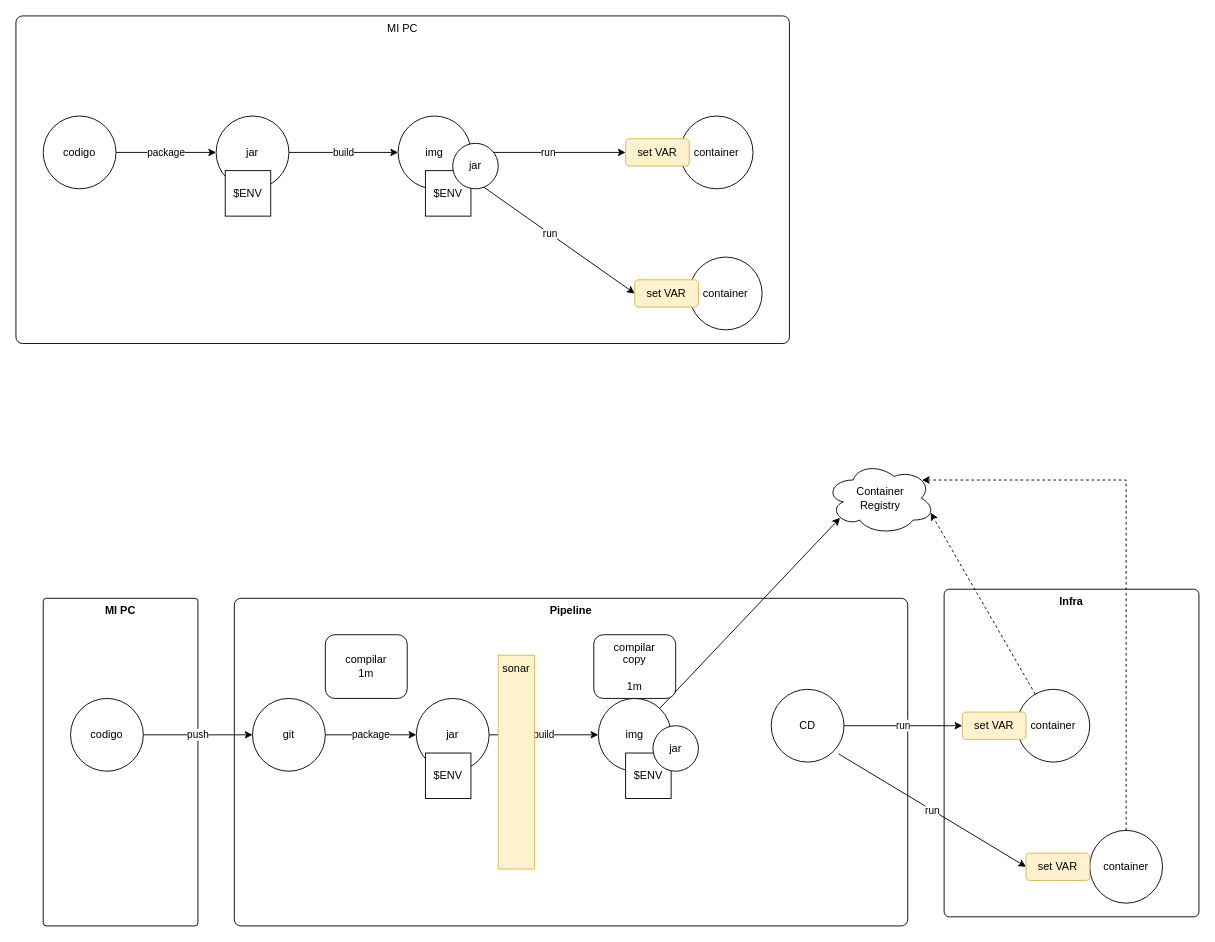
The draw.io diagram page "Page-9" (9 of 23) of doc/curso-marzo.drawio in gmacastil/ms-mz-producto, before the edit. Source tidied: cells renumbered, new cells numbered last; positions are measured from the earlier drawing's top-left corner, leaving out a move shared by most shapes. Both pictures are drawn from the tidied source at 91%, with x=0, y=0 at pixel (15, 15).
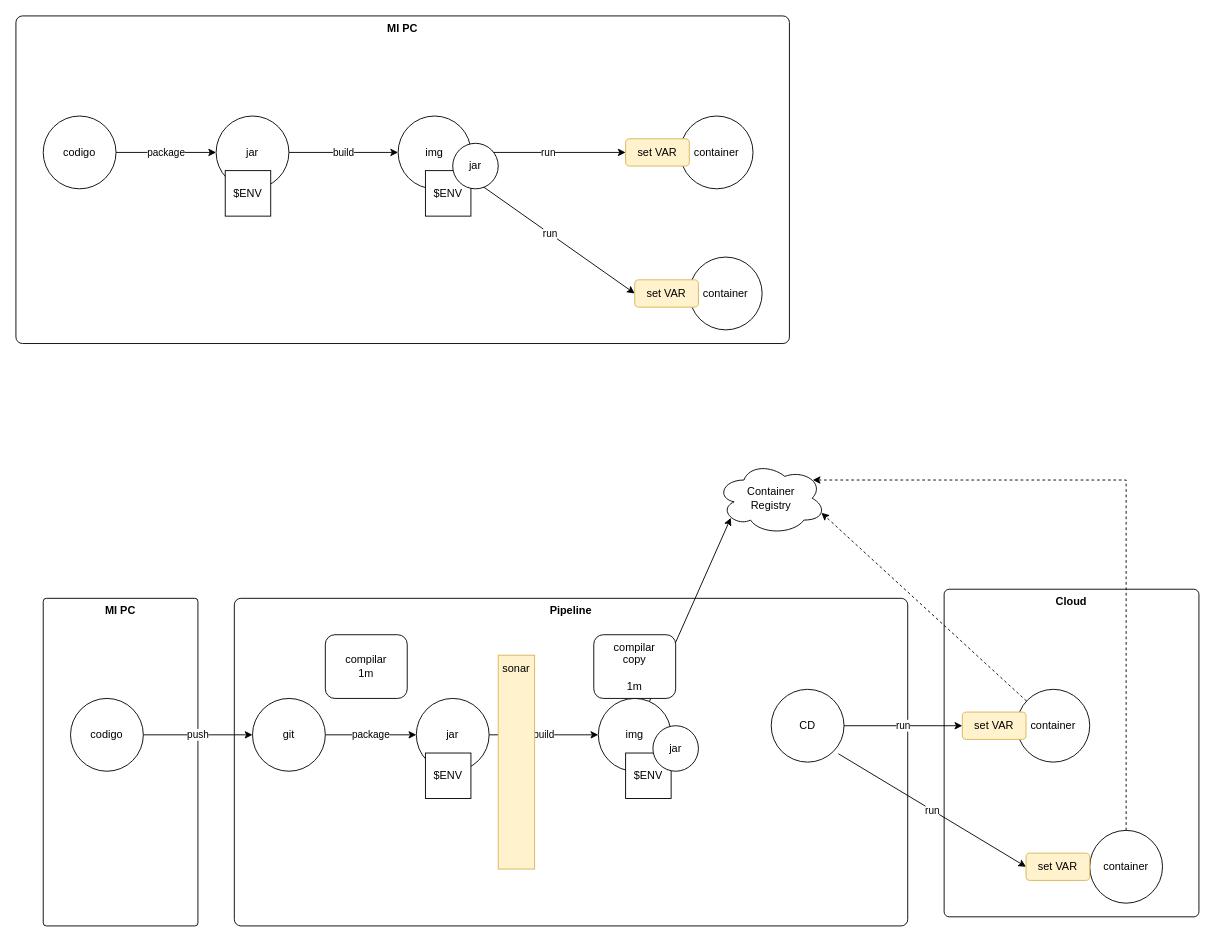
The same page after the edit.

Change to the diagram source:
```diff
@@
-    <mxCell id="2" value="Infra" style="rounded=1;whiteSpace=wrap;html=1;arcSize=2;verticalAlign=top;fontStyle=1;" parent="1" vertex="1">
+    <mxCell id="2" value="Cloud" style="rounded=1;whiteSpace=wrap;html=1;arcSize=2;verticalAlign=top;fontStyle=1;" parent="1" vertex="1">
       <mxGeometry x="1020" y="630" width="280" height="360" as="geometry" />
     </mxCell>
@@
-    <mxCell id="4" value="MI PC" style="rounded=1;whiteSpace=wrap;html=1;arcSize=2;verticalAlign=top;" parent="1" vertex="1">
+    <mxCell id="4" value="MI PC" style="rounded=1;whiteSpace=wrap;html=1;arcSize=2;verticalAlign=top;fontStyle=1;" parent="1" vertex="1">
       <mxGeometry width="850" height="360" as="geometry" />
     </mxCell>
@@
     <mxCell id="36" value="Container&lt;div&gt;Registry&lt;/div&gt;" style="ellipse;shape=cloud;whiteSpace=wrap;html=1;" parent="1" vertex="1">
-      <mxGeometry x="890" y="490" width="120" height="80" as="geometry" />
+      <mxGeometry x="770" y="490" width="120" height="80" as="geometry" />
     </mxCell>
```
